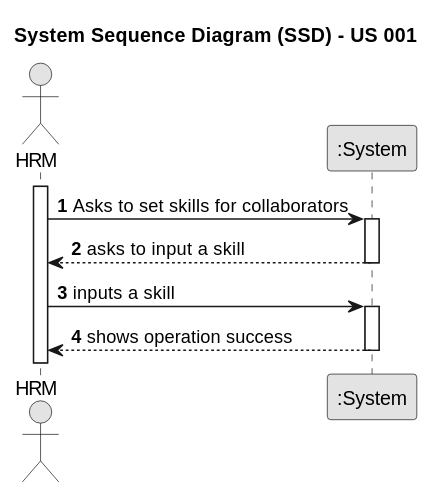
The PlantUML diagram docs/sprintA/us001/01.requirements-engineering/svg/us001-system-sequence-diagram.svg in Departamento-de-Engenharia-Informatica/lei-24-s2-1dm-g132, before a commit. Source of this version:
```plantuml
@startuml
skinparam monochrome true
skinparam packageStyle rectangle
skinparam shadowing false

title System Sequence Diagram (SSD) - US 001

autonumber

actor "HRM" as HRM
participant ":System" as System

activate HRM

    HRM -> System: Asks to set skills for collaborators
    activate System

         System --> HRM: asks to input a skill
            deactivate System
                HRM -> System: inputs a skill
                    activate System
                       System --> HRM: shows operation success
                                deactivate System
@enduml
```
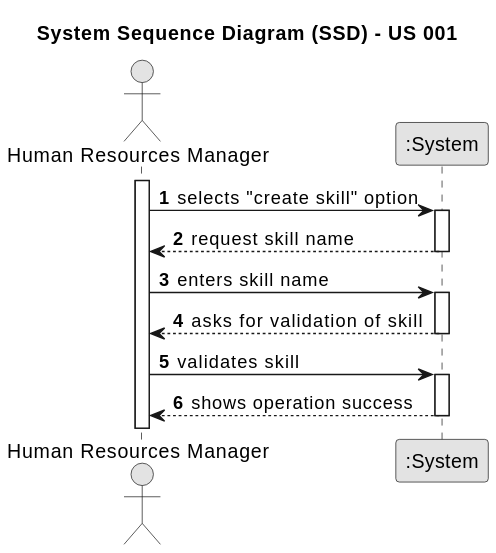
After the change.

Change to the diagram source:
```diff
@@ -7,18 +7,22 @@
 
 autonumber
 
-actor "HRM" as HRM
+actor "Human Resources Manager" as HRM
 participant ":System" as System
 
 activate HRM
 
-    HRM -> System: Asks to set skills for collaborators
+    HRM -> System: selects "create skill" option
     activate System
 
-         System --> HRM: asks to input a skill
+         System --> HRM: request skill name
             deactivate System
-                HRM -> System: inputs a skill
+                HRM -> System: enters skill name
                     activate System
-                       System --> HRM: shows operation success
+                       System --> HRM: asks for validation of skill
                                 deactivate System
+                                                HRM -> System: validates skill
+                                                    activate System
+                                                                           System --> HRM: shows operation success
+                                                                                    deactivate System
 @enduml
```
